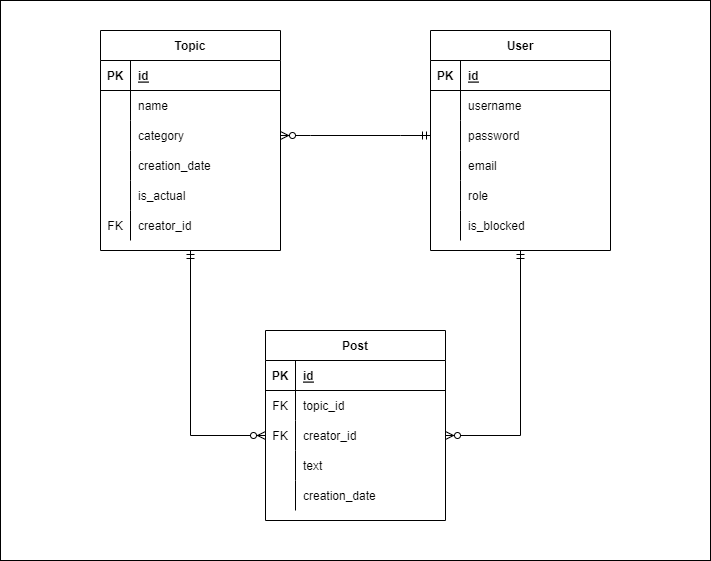
ChuyOleg/forum_spring keeps this draw.io diagram as diagram/spring_project_db.png. Above is the earlier version. Source tidied: cells renumbered, new cells last; positions are measured from the earlier drawing's top-left corner, leaving out a move shared by most shapes. Its diagram source:
```xml
<mxGraphModel>
  <root>
    <mxCell id="0" />
    <mxCell id="1" parent="0" />
    <mxCell id="2" style="rounded=0;whiteSpace=wrap;html=1;" parent="1" vertex="1">
      <mxGeometry width="710" height="560" as="geometry" />
    </mxCell>
    <mxCell id="3" value="Topic" style="shape=table;startSize=30;rowLines=0;fontStyle=1;align=center;" parent="1" vertex="1">
      <mxGeometry x="100" y="30" width="180" height="220" as="geometry" />
    </mxCell>
    <mxCell id="4" style="shape=tableRow;horizontal=0;startSize=0;swimlaneHead=0;swimlaneBody=0;fillColor=none;top=0;left=0;right=0;bottom=1;" parent="3" vertex="1">
      <mxGeometry y="30" width="180" height="30" as="geometry" />
    </mxCell>
    <mxCell id="5" value="PK" style="shape=partialRectangle;fillColor=none;top=0;left=0;bottom=0;right=0;fontStyle=1;overflow=hidden;" parent="4" vertex="1">
      <mxGeometry width="30" height="30" as="geometry" />
    </mxCell>
    <mxCell id="6" value="id" style="shape=partialRectangle;fillColor=none;top=0;left=0;bottom=0;right=0;align=left;spacingLeft=6;fontStyle=5;overflow=hidden;" parent="4" vertex="1">
      <mxGeometry x="30" width="150" height="30" as="geometry" />
    </mxCell>
    <mxCell id="7" style="shape=tableRow;horizontal=0;startSize=0;swimlaneHead=0;swimlaneBody=0;fillColor=none;top=0;left=0;right=0;bottom=0;" parent="3" vertex="1">
      <mxGeometry y="60" width="180" height="30" as="geometry" />
    </mxCell>
    <mxCell id="8" style="shape=partialRectangle;fillColor=none;top=0;left=0;bottom=0;right=0;overflow=hidden;" parent="7" vertex="1">
      <mxGeometry width="30" height="30" as="geometry" />
    </mxCell>
    <mxCell id="9" value="name" style="shape=partialRectangle;fillColor=none;top=0;left=0;bottom=0;right=0;align=left;spacingLeft=6;overflow=hidden;" parent="7" vertex="1">
      <mxGeometry x="30" width="150" height="30" as="geometry" />
    </mxCell>
    <mxCell id="10" style="shape=tableRow;horizontal=0;startSize=0;swimlaneHead=0;swimlaneBody=0;fillColor=none;points=[[0,0.5],[1,0.5]];portConstraint=eastwest;top=0;left=0;right=0;bottom=0;" parent="3" vertex="1">
      <mxGeometry y="90" width="180" height="30" as="geometry" />
    </mxCell>
    <mxCell id="11" style="shape=partialRectangle;fillColor=none;top=0;left=0;bottom=0;right=0;overflow=hidden;" parent="10" vertex="1">
      <mxGeometry width="30" height="30" as="geometry" />
    </mxCell>
    <mxCell id="12" value="category" style="shape=partialRectangle;fillColor=none;top=0;left=0;bottom=0;right=0;align=left;spacingLeft=6;overflow=hidden;" parent="10" vertex="1">
      <mxGeometry x="30" width="150" height="30" as="geometry" />
    </mxCell>
    <mxCell id="13" style="shape=tableRow;horizontal=0;startSize=0;swimlaneHead=0;swimlaneBody=0;fillColor=none;top=0;left=0;right=0;bottom=0;" parent="3" vertex="1">
      <mxGeometry y="120" width="180" height="30" as="geometry" />
    </mxCell>
    <mxCell id="14" style="shape=partialRectangle;fillColor=none;top=0;left=0;bottom=0;right=0;overflow=hidden;" parent="13" vertex="1">
      <mxGeometry width="30" height="30" as="geometry" />
    </mxCell>
    <mxCell id="15" value="creation_date" style="shape=partialRectangle;fillColor=none;top=0;left=0;bottom=0;right=0;align=left;spacingLeft=6;overflow=hidden;" parent="13" vertex="1">
      <mxGeometry x="30" width="150" height="30" as="geometry" />
    </mxCell>
    <mxCell id="16" style="shape=tableRow;horizontal=0;startSize=0;swimlaneHead=0;swimlaneBody=0;fillColor=none;top=0;left=0;right=0;bottom=0;" parent="3" vertex="1">
      <mxGeometry y="150" width="180" height="30" as="geometry" />
    </mxCell>
    <mxCell id="17" style="shape=partialRectangle;fillColor=none;top=0;left=0;bottom=0;right=0;overflow=hidden;" parent="16" vertex="1">
      <mxGeometry width="30" height="30" as="geometry" />
    </mxCell>
    <mxCell id="18" value="is_actual" style="shape=partialRectangle;fillColor=none;top=0;left=0;bottom=0;right=0;align=left;spacingLeft=6;overflow=hidden;" parent="16" vertex="1">
      <mxGeometry x="30" width="150" height="30" as="geometry" />
    </mxCell>
    <mxCell id="19" style="shape=tableRow;horizontal=0;startSize=0;swimlaneHead=0;swimlaneBody=0;fillColor=none;top=0;left=0;right=0;bottom=0;" parent="3" vertex="1">
      <mxGeometry y="180" width="180" height="30" as="geometry" />
    </mxCell>
    <mxCell id="20" value="FK" style="shape=partialRectangle;fillColor=none;top=0;left=0;bottom=0;right=0;overflow=hidden;" parent="19" vertex="1">
      <mxGeometry width="30" height="30" as="geometry" />
    </mxCell>
    <mxCell id="21" value="creator_id" style="shape=partialRectangle;fillColor=none;top=0;left=0;bottom=0;right=0;align=left;spacingLeft=6;overflow=hidden;" parent="19" vertex="1">
      <mxGeometry x="30" width="150" height="30" as="geometry" />
    </mxCell>
    <mxCell id="22" value="Post" style="shape=table;startSize=30;rowLines=0;fontStyle=1;align=center;" parent="1" vertex="1">
      <mxGeometry x="265" y="330" width="180" height="190" as="geometry" />
    </mxCell>
    <mxCell id="23" style="shape=tableRow;horizontal=0;startSize=0;swimlaneHead=0;swimlaneBody=0;fillColor=none;top=0;left=0;right=0;bottom=1;" parent="22" vertex="1">
      <mxGeometry y="30" width="180" height="30" as="geometry" />
    </mxCell>
    <mxCell id="24" value="PK" style="shape=partialRectangle;fillColor=none;top=0;left=0;bottom=0;right=0;fontStyle=1;overflow=hidden;" parent="23" vertex="1">
      <mxGeometry width="30" height="30" as="geometry" />
    </mxCell>
    <mxCell id="25" value="id" style="shape=partialRectangle;fillColor=none;top=0;left=0;bottom=0;right=0;align=left;spacingLeft=6;fontStyle=5;overflow=hidden;" parent="23" vertex="1">
      <mxGeometry x="30" width="150" height="30" as="geometry" />
    </mxCell>
    <mxCell id="26" style="shape=tableRow;horizontal=0;startSize=0;swimlaneHead=0;swimlaneBody=0;fillColor=none;top=0;left=0;right=0;bottom=0;" parent="22" vertex="1">
      <mxGeometry y="60" width="180" height="30" as="geometry" />
    </mxCell>
    <mxCell id="27" value="FK" style="shape=partialRectangle;fillColor=none;top=0;left=0;bottom=0;right=0;overflow=hidden;" parent="26" vertex="1">
      <mxGeometry width="30" height="30" as="geometry" />
    </mxCell>
    <mxCell id="28" value="topic_id" style="shape=partialRectangle;fillColor=none;top=0;left=0;bottom=0;right=0;align=left;spacingLeft=6;overflow=hidden;" parent="26" vertex="1">
      <mxGeometry x="30" width="150" height="30" as="geometry" />
    </mxCell>
    <mxCell id="29" style="shape=tableRow;horizontal=0;startSize=0;swimlaneHead=0;swimlaneBody=0;fillColor=none;points=[[0,0.5],[1,0.5]];portConstraint=eastwest;top=0;left=0;right=0;bottom=0;" parent="22" vertex="1">
      <mxGeometry y="90" width="180" height="30" as="geometry" />
    </mxCell>
    <mxCell id="30" value="FK" style="shape=partialRectangle;fillColor=none;top=0;left=0;bottom=0;right=0;overflow=hidden;" parent="29" vertex="1">
      <mxGeometry width="30" height="30" as="geometry" />
    </mxCell>
    <mxCell id="31" value="creator_id" style="shape=partialRectangle;fillColor=none;top=0;left=0;bottom=0;right=0;align=left;spacingLeft=6;overflow=hidden;" parent="29" vertex="1">
      <mxGeometry x="30" width="150" height="30" as="geometry" />
    </mxCell>
    <mxCell id="32" style="shape=tableRow;horizontal=0;startSize=0;swimlaneHead=0;swimlaneBody=0;fillColor=none;top=0;left=0;right=0;bottom=0;" parent="22" vertex="1">
      <mxGeometry y="120" width="180" height="30" as="geometry" />
    </mxCell>
    <mxCell id="33" style="shape=partialRectangle;fillColor=none;top=0;left=0;bottom=0;right=0;overflow=hidden;" parent="32" vertex="1">
      <mxGeometry width="30" height="30" as="geometry" />
    </mxCell>
    <mxCell id="34" value="text" style="shape=partialRectangle;fillColor=none;top=0;left=0;bottom=0;right=0;align=left;spacingLeft=6;overflow=hidden;" parent="32" vertex="1">
      <mxGeometry x="30" width="150" height="30" as="geometry" />
    </mxCell>
    <mxCell id="35" style="shape=tableRow;horizontal=0;startSize=0;swimlaneHead=0;swimlaneBody=0;fillColor=none;top=0;left=0;right=0;bottom=0;" parent="22" vertex="1">
      <mxGeometry y="150" width="180" height="30" as="geometry" />
    </mxCell>
    <mxCell id="36" style="shape=partialRectangle;fillColor=none;top=0;left=0;bottom=0;right=0;overflow=hidden;" parent="35" vertex="1">
      <mxGeometry width="30" height="30" as="geometry" />
    </mxCell>
    <mxCell id="37" value="creation_date" style="shape=partialRectangle;fillColor=none;top=0;left=0;bottom=0;right=0;align=left;spacingLeft=6;overflow=hidden;" parent="35" vertex="1">
      <mxGeometry x="30" width="150" height="30" as="geometry" />
    </mxCell>
    <mxCell id="38" value="User" style="shape=table;startSize=30;rowLines=0;fontStyle=1;align=center;" parent="1" vertex="1">
      <mxGeometry x="430" y="30" width="180" height="220" as="geometry" />
    </mxCell>
    <mxCell id="39" style="shape=tableRow;horizontal=0;startSize=0;swimlaneHead=0;swimlaneBody=0;fillColor=none;top=0;left=0;right=0;bottom=1;" parent="38" vertex="1">
      <mxGeometry y="30" width="180" height="30" as="geometry" />
    </mxCell>
    <mxCell id="40" value="PK" style="shape=partialRectangle;fillColor=none;top=0;left=0;bottom=0;right=0;fontStyle=1;overflow=hidden;" parent="39" vertex="1">
      <mxGeometry width="30" height="30" as="geometry" />
    </mxCell>
    <mxCell id="41" value="id" style="shape=partialRectangle;fillColor=none;top=0;left=0;bottom=0;right=0;align=left;spacingLeft=6;fontStyle=5;overflow=hidden;" parent="39" vertex="1">
      <mxGeometry x="30" width="150" height="30" as="geometry" />
    </mxCell>
    <mxCell id="42" style="shape=tableRow;horizontal=0;startSize=0;swimlaneHead=0;swimlaneBody=0;fillColor=none;top=0;left=0;right=0;bottom=0;" parent="38" vertex="1">
      <mxGeometry y="60" width="180" height="30" as="geometry" />
    </mxCell>
    <mxCell id="43" style="shape=partialRectangle;fillColor=none;top=0;left=0;bottom=0;right=0;overflow=hidden;" parent="42" vertex="1">
      <mxGeometry width="30" height="30" as="geometry" />
    </mxCell>
    <mxCell id="44" value="username" style="shape=partialRectangle;fillColor=none;top=0;left=0;bottom=0;right=0;align=left;spacingLeft=6;overflow=hidden;" parent="42" vertex="1">
      <mxGeometry x="30" width="150" height="30" as="geometry" />
    </mxCell>
    <mxCell id="45" style="shape=tableRow;horizontal=0;startSize=0;swimlaneHead=0;swimlaneBody=0;fillColor=none;points=[[0,0.5],[1,0.5]];portConstraint=eastwest;top=0;left=0;right=0;bottom=0;" parent="38" vertex="1">
      <mxGeometry y="90" width="180" height="30" as="geometry" />
    </mxCell>
    <mxCell id="46" style="shape=partialRectangle;fillColor=none;top=0;left=0;bottom=0;right=0;overflow=hidden;" parent="45" vertex="1">
      <mxGeometry width="30" height="30" as="geometry" />
    </mxCell>
    <mxCell id="47" value="password" style="shape=partialRectangle;fillColor=none;top=0;left=0;bottom=0;right=0;align=left;spacingLeft=6;overflow=hidden;" parent="45" vertex="1">
      <mxGeometry x="30" width="150" height="30" as="geometry" />
    </mxCell>
    <mxCell id="48" style="shape=tableRow;horizontal=0;startSize=0;swimlaneHead=0;swimlaneBody=0;fillColor=none;top=0;left=0;right=0;bottom=0;" parent="38" vertex="1">
      <mxGeometry y="120" width="180" height="30" as="geometry" />
    </mxCell>
    <mxCell id="49" style="shape=partialRectangle;fillColor=none;top=0;left=0;bottom=0;right=0;overflow=hidden;" parent="48" vertex="1">
      <mxGeometry width="30" height="30" as="geometry" />
    </mxCell>
    <mxCell id="50" value="email" style="shape=partialRectangle;fillColor=none;top=0;left=0;bottom=0;right=0;align=left;spacingLeft=6;overflow=hidden;" parent="48" vertex="1">
      <mxGeometry x="30" width="150" height="30" as="geometry" />
    </mxCell>
    <mxCell id="51" style="shape=tableRow;horizontal=0;startSize=0;swimlaneHead=0;swimlaneBody=0;fillColor=none;top=0;left=0;right=0;bottom=0;" parent="38" vertex="1">
      <mxGeometry y="150" width="180" height="30" as="geometry" />
    </mxCell>
    <mxCell id="52" style="shape=partialRectangle;fillColor=none;top=0;left=0;bottom=0;right=0;overflow=hidden;" parent="51" vertex="1">
      <mxGeometry width="30" height="30" as="geometry" />
    </mxCell>
    <mxCell id="53" value="role" style="shape=partialRectangle;fillColor=none;top=0;left=0;bottom=0;right=0;align=left;spacingLeft=6;overflow=hidden;" parent="51" vertex="1">
      <mxGeometry x="30" width="150" height="30" as="geometry" />
    </mxCell>
    <mxCell id="54" style="shape=tableRow;horizontal=0;startSize=0;swimlaneHead=0;swimlaneBody=0;fillColor=none;top=0;left=0;right=0;bottom=0;" parent="38" vertex="1">
      <mxGeometry y="180" width="180" height="30" as="geometry" />
    </mxCell>
    <mxCell id="55" style="shape=partialRectangle;fillColor=none;top=0;left=0;bottom=0;right=0;overflow=hidden;" parent="54" vertex="1">
      <mxGeometry width="30" height="30" as="geometry" />
    </mxCell>
    <mxCell id="56" value="is_blocked" style="shape=partialRectangle;fillColor=none;top=0;left=0;bottom=0;right=0;align=left;spacingLeft=6;overflow=hidden;" parent="54" vertex="1">
      <mxGeometry x="30" width="150" height="30" as="geometry" />
    </mxCell>
    <mxCell id="57" style="edgeStyle=orthogonalEdgeStyle;fontSize=12;html=1;endArrow=ERzeroToMany;startArrow=ERmandOne;rounded=0;exitX=0.5;exitY=1;exitDx=0;exitDy=0;entryX=1;entryY=0.5;entryDx=0;entryDy=0;" parent="1" edge="1" source="38" target="29">
      <mxGeometry relative="1" as="geometry" />
    </mxCell>
    <mxCell id="58" style="edgeStyle=orthogonalEdgeStyle;fontSize=12;html=1;endArrow=ERzeroToMany;startArrow=ERmandOne;rounded=0;exitX=0.5;exitY=1;exitDx=0;exitDy=0;entryX=0;entryY=0.5;entryDx=0;entryDy=0;" parent="1" edge="1" source="3" target="29">
      <mxGeometry relative="1" as="geometry" />
    </mxCell>
    <mxCell id="59" style="edgeStyle=entityRelationEdgeStyle;fontSize=12;html=1;endArrow=ERzeroToMany;startArrow=ERmandOne;rounded=0;" parent="1" edge="1" source="45" target="10">
      <mxGeometry relative="1" as="geometry" />
    </mxCell>
  </root>
</mxGraphModel>
```
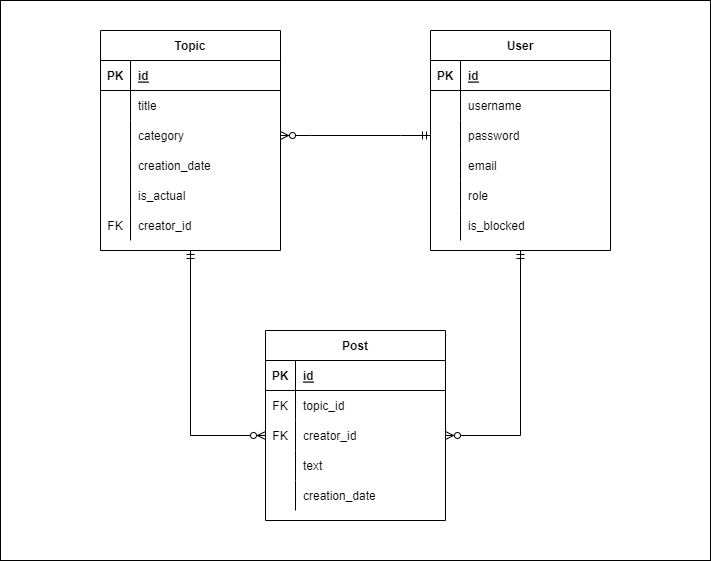
The same file after the commit.

Change to the diagram source:
```diff
@@ -23,7 +23,7 @@
     <mxCell id="8" style="shape=partialRectangle;fillColor=none;top=0;left=0;bottom=0;right=0;overflow=hidden;" parent="7" vertex="1">
       <mxGeometry width="30" height="30" as="geometry" />
     </mxCell>
-    <mxCell id="9" value="name" style="shape=partialRectangle;fillColor=none;top=0;left=0;bottom=0;right=0;align=left;spacingLeft=6;overflow=hidden;" parent="7" vertex="1">
+    <mxCell id="9" value="title" style="shape=partialRectangle;fillColor=none;top=0;left=0;bottom=0;right=0;align=left;spacingLeft=6;overflow=hidden;" parent="7" vertex="1">
       <mxGeometry x="30" width="150" height="30" as="geometry" />
     </mxCell>
     <mxCell id="10" style="shape=tableRow;horizontal=0;startSize=0;swimlaneHead=0;swimlaneBody=0;fillColor=none;points=[[0,0.5],[1,0.5]];portConstraint=eastwest;top=0;left=0;right=0;bottom=0;" parent="3" vertex="1">
```
